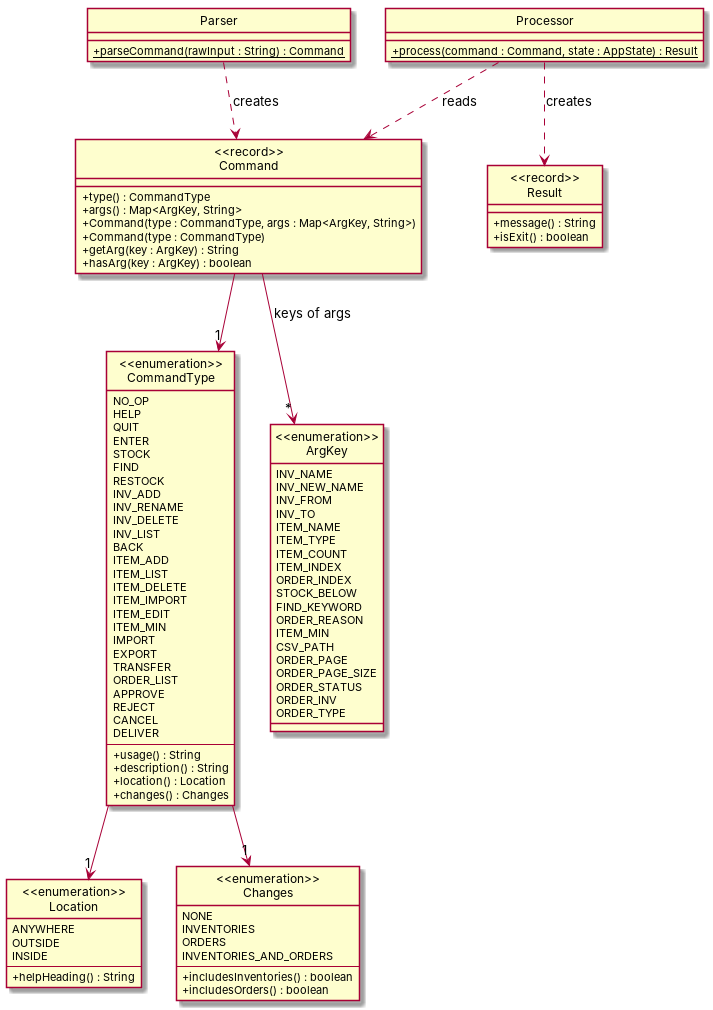
This is docs/images/CommandClassDiagram.png from AY2627S1-CS2113-W14-4/tp, a PlantUML export, as it was before one commit. Its source is kept beside it as docs/diagrams/CommandClassDiagram.puml.
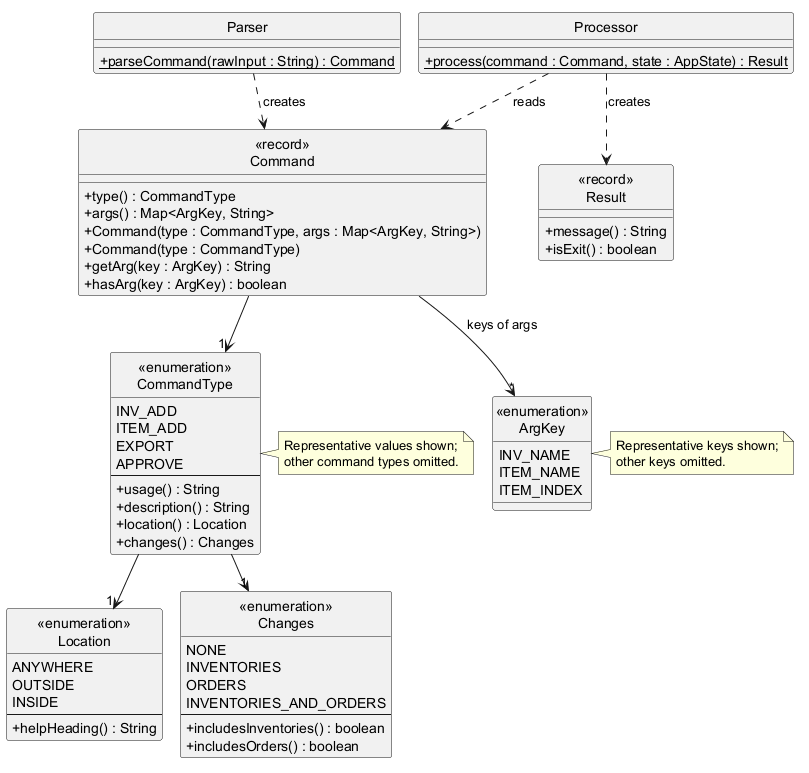
Above is the later version.

What changed in the source:
```diff
@@ -13,32 +13,10 @@
 }
 
 enum "<<enumeration>>\nCommandType" as CommandType {
-    NO_OP
-    HELP
-    QUIT
-    ENTER
-    STOCK
-    FIND
-    RESTOCK
     INV_ADD
-    INV_RENAME
-    INV_DELETE
-    INV_LIST
-    BACK
     ITEM_ADD
-    ITEM_LIST
-    ITEM_DELETE
-    ITEM_IMPORT
-    ITEM_EDIT
-    ITEM_MIN
-    IMPORT
     EXPORT
-    TRANSFER
-    ORDER_LIST
     APPROVE
-    REJECT
-    CANCEL
-    DELIVER
     --
     + usage() : String
     + description() : String
@@ -66,24 +44,8 @@
 
 enum "<<enumeration>>\nArgKey" as ArgKey {
     INV_NAME
-    INV_NEW_NAME
-    INV_FROM
-    INV_TO
     ITEM_NAME
-    ITEM_TYPE
-    ITEM_COUNT
     ITEM_INDEX
-    ORDER_INDEX
-    STOCK_BELOW
-    FIND_KEYWORD
-    ORDER_REASON
-    ITEM_MIN
-    CSV_PATH
-    ORDER_PAGE
-    ORDER_PAGE_SIZE
-    ORDER_STATUS
-    ORDER_INV
-    ORDER_TYPE
 }
 
 class "<<record>>\nResult" as Result {
@@ -106,4 +68,14 @@
 Parser ..> Command : creates
 Processor ..> Command : reads
 Processor ..> Result : creates
+
+note right of CommandType
+    Representative values shown;
+    other command types omitted.
+end note
+
+note right of ArgKey
+    Representative keys shown;
+    other keys omitted.
+end note
 @enduml
```
